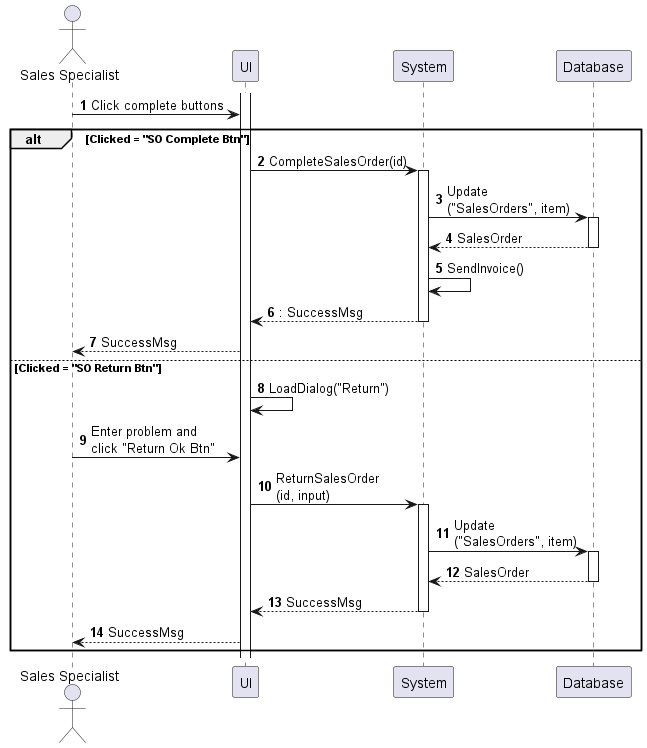
Above: sequences/sales-order-complete.png in phihungha/scmss-reqs (PlantUML), before the change. The source it was exported from:
```plantuml
@startuml sales-order-complete
autonumber

actor "Sales Specialist" as a
participant UI as f
participant System as b
participant Database as d

activate f

a -> f : Click complete buttons

alt Clicked = "SO Complete Btn"
    f -> b : CompleteSalesOrder(id)
    activate b
    b -> d : Update\n("SalesOrders", item)
    activate d
    return SalesOrder
    b -> b : SendInvoice()
    return : SuccessMsg
    f --> a : SuccessMsg
else Clicked = "SO Return Btn"
    f -> f : LoadDialog("Return")
    a -> f : Enter problem and\nclick "Return Ok Btn"
    f -> b : ReturnSalesOrder\n(id, input)
    activate b
    b -> d : Update\n("SalesOrders", item)
    activate d
    return SalesOrder
    return SuccessMsg
    f --> a : SuccessMsg
end
@enduml
```
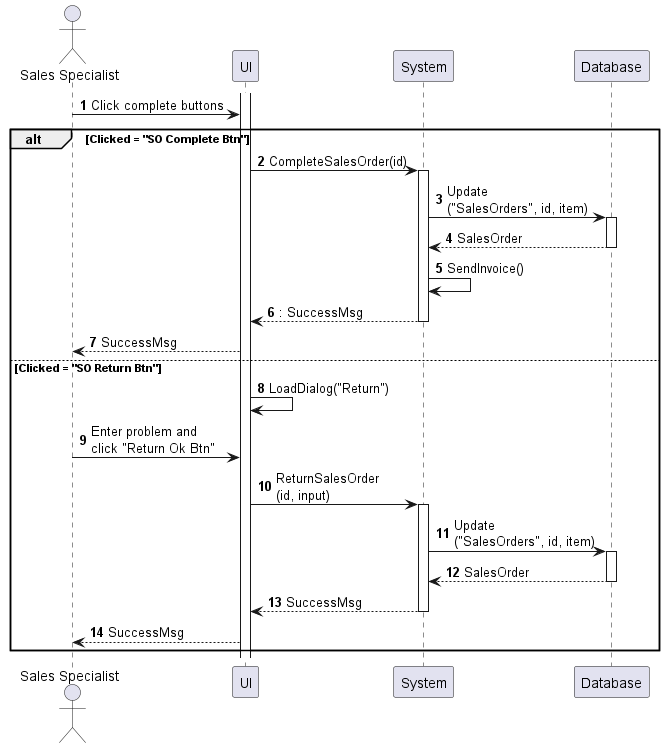
After the change.

Change to the diagram source:
```diff
@@ -13,7 +13,7 @@
 alt Clicked = "SO Complete Btn"
     f -> b : CompleteSalesOrder(id)
     activate b
-    b -> d : Update\n("SalesOrders", item)
+    b -> d : Update\n("SalesOrders", id, item)
     activate d
     return SalesOrder
     b -> b : SendInvoice()
@@ -24,7 +24,7 @@
     a -> f : Enter problem and\nclick "Return Ok Btn"
     f -> b : ReturnSalesOrder\n(id, input)
     activate b
-    b -> d : Update\n("SalesOrders", item)
+    b -> d : Update\n("SalesOrders", id, item)
     activate d
     return SalesOrder
     return SuccessMsg
```
